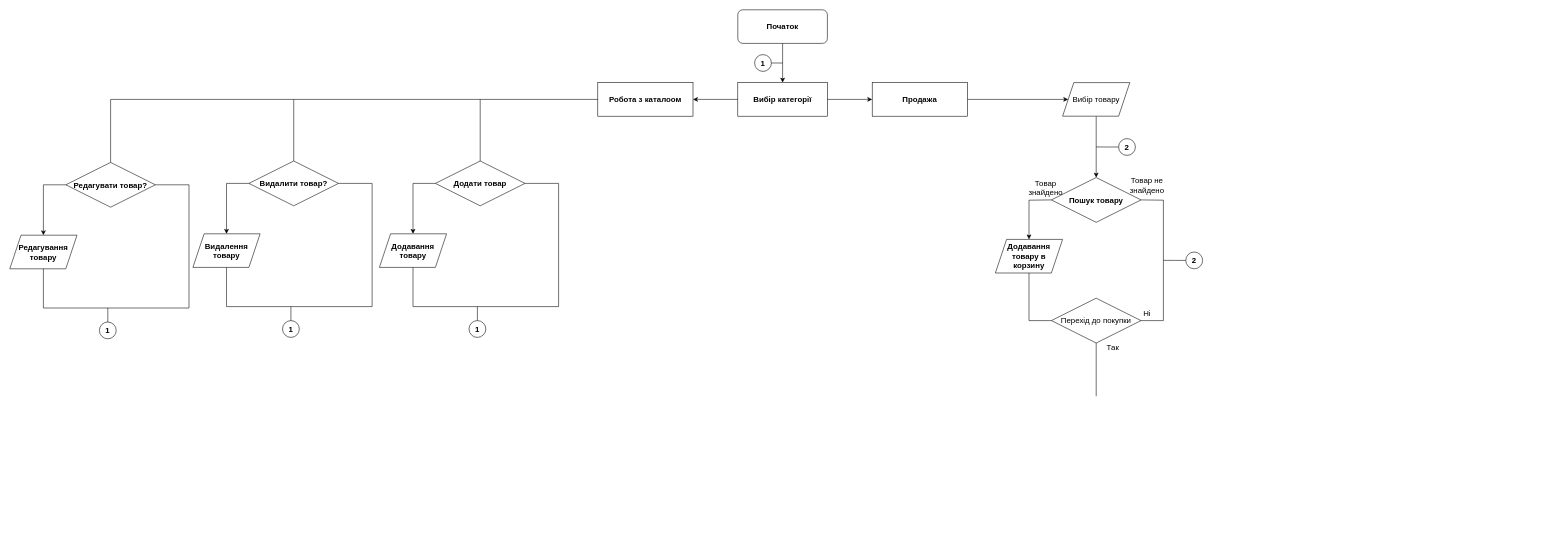
Earlier version of the draw.io diagram CrmBL/Untitled Diagram.drawio (Moqu3f/ToyShopCRM). Source tidied: cells renumbered, new cells numbered last; positions are measured from the earlier drawing's top-left corner, leaving out a move shared by most shapes. Both pictures are drawn from the tidied source at 56%, with x=0, y=0 at pixel (10, 10).
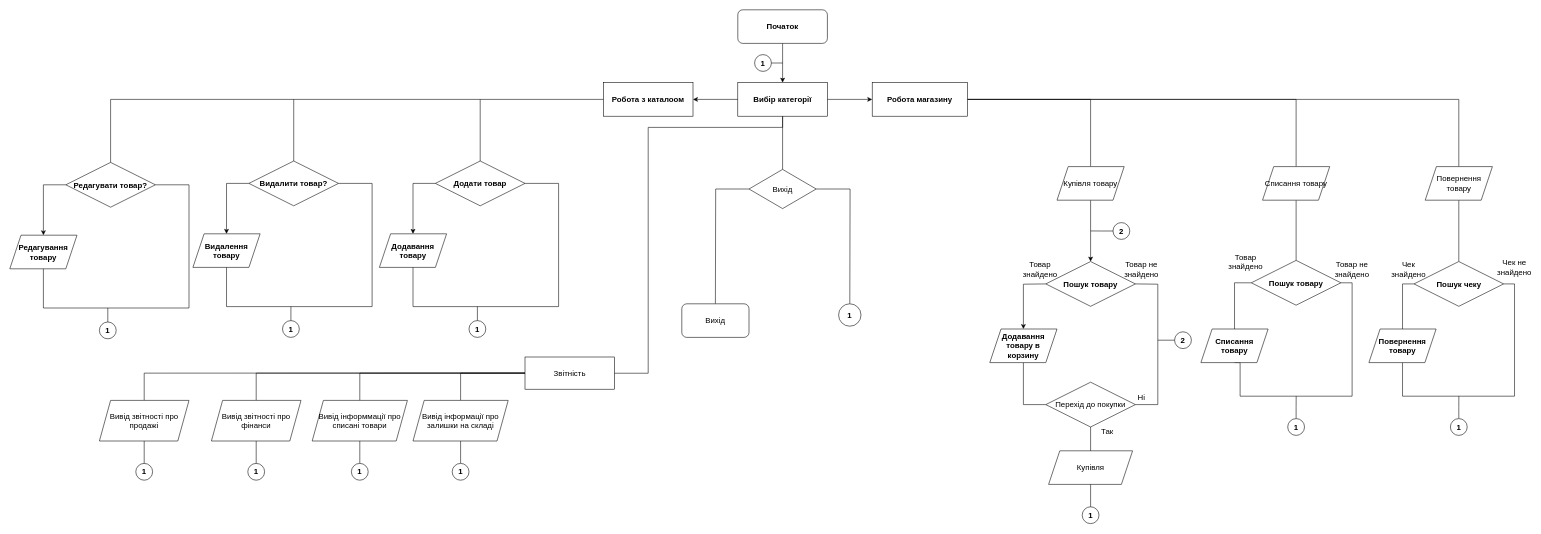
The same page after the edit.

The change refers to these unchanged cells:
```xml
<mxCell id="3" value="Вибір категорії" style="rounded=0;whiteSpace=wrap;html=1;fontStyle=1;fontSize=14;" parent="1" vertex="1">
  <mxGeometry x="1300" y="130" width="160" height="60" as="geometry" />
</mxCell>
```

Change to the diagram source:
```diff
@@
+    <mxCell id="53" style="edgeStyle=orthogonalEdgeStyle;rounded=0;jettySize=auto;html=1;exitX=0.5;exitY=1;exitDx=0;exitDy=0;entryX=0.5;entryY=0;entryDx=0;entryDy=0;fontSize=14;endArrow=none;endFill=0;" parent="1" edge="1" source="3" target="85">
+      <mxGeometry relative="1" as="geometry">
+        <Array as="points">
+          <mxPoint x="1380" y="210" />
+          <mxPoint x="1140" y="210" />
+          <mxPoint x="1140" y="649" />
+          <mxPoint x="1000" y="649" />
+        </Array>
+      </mxGeometry>
+    </mxCell>
@@
     <mxCell id="7" value="Робота з каталоом" style="rounded=0;whiteSpace=wrap;html=1;fontStyle=1;fontSize=14;" parent="1" vertex="1">
-      <mxGeometry x="1050" y="130" width="170" height="60" as="geometry" />
+      <mxGeometry x="1060" y="130" width="160" height="60" as="geometry" />
     </mxCell>
@@
+    <mxCell id="54" style="edgeStyle=orthogonalEdgeStyle;rounded=0;jettySize=auto;html=1;exitX=1;exitY=0.5;exitDx=0;exitDy=0;entryX=0.5;entryY=0;entryDx=0;entryDy=0;fontSize=14;endArrow=none;endFill=0;" parent="1" edge="1" source="34" target="72">
+      <mxGeometry relative="1" as="geometry" />
+    </mxCell>
-    <mxCell id="33" style="edgeStyle=orthogonalEdgeStyle;rounded=0;jettySize=auto;html=1;entryX=0;entryY=0.5;entryDx=0;entryDy=0;fontSize=14;" parent="1" edge="1" source="34" target="37">
+    <mxCell id="33" style="edgeStyle=orthogonalEdgeStyle;rounded=0;jettySize=auto;html=1;exitX=1;exitY=0.5;exitDx=0;exitDy=0;entryX=0.5;entryY=0;entryDx=0;entryDy=0;fontSize=14;endArrow=none;endFill=0;" parent="1" edge="1" source="34" target="37">
       <mxGeometry relative="1" as="geometry" />
     </mxCell>
+    <mxCell id="55" style="edgeStyle=orthogonalEdgeStyle;rounded=0;jettySize=auto;html=1;exitX=1;exitY=0.5;exitDx=0;exitDy=0;entryX=0.5;entryY=0;entryDx=0;entryDy=0;fontSize=14;endArrow=none;endFill=0;" parent="1" edge="1" source="34" target="62">
+      <mxGeometry relative="1" as="geometry" />
+    </mxCell>
-    <mxCell id="34" value="Продажа" style="rounded=0;whiteSpace=wrap;html=1;fontStyle=1;fontSize=14;" parent="1" vertex="1">
+    <mxCell id="34" value="Робота магазину" style="rounded=0;whiteSpace=wrap;html=1;fontStyle=1;fontSize=14;" parent="1" vertex="1">
       <mxGeometry x="1540" y="130" width="170" height="60" as="geometry" />
     </mxCell>
@@
-    <mxCell id="37" value="Вибір товару" style="shape=parallelogram;perimeter=parallelogramPerimeter;whiteSpace=wrap;html=1;fixedSize=1;fontSize=14;" parent="1" vertex="1">
-      <mxGeometry x="1880" y="130" width="120" height="60" as="geometry" />
+    <mxCell id="37" value="Купівля товару" style="shape=parallelogram;perimeter=parallelogramPerimeter;whiteSpace=wrap;html=1;fixedSize=1;fontSize=14;" parent="1" vertex="1">
+      <mxGeometry x="1870" y="280" width="120" height="60" as="geometry" />
     </mxCell>
     <mxCell id="38" value="Пошук товару" style="rhombus;whiteSpace=wrap;html=1;fontStyle=1;fontSize=14;" parent="1" vertex="1">
-      <mxGeometry x="1860" y="299.5" width="160" height="80" as="geometry" />
+      <mxGeometry x="1850" y="449.5" width="160" height="80" as="geometry" />
     </mxCell>
@@
     <mxCell id="40" value="Додавання товару в корзину" style="shape=parallelogram;perimeter=parallelogramPerimeter;whiteSpace=wrap;html=1;fixedSize=1;fontStyle=1;fontSize=14;" parent="1" vertex="1">
-      <mxGeometry x="1760" y="410" width="120" height="60" as="geometry" />
+      <mxGeometry x="1750" y="570" width="120" height="60" as="geometry" />
     </mxCell>
-    <mxCell id="41" style="endArrow=classic;html=1;rounded=0;exitX=0;exitY=0.5;exitDx=0;exitDy=0;fontStyle=1;fontSize=14;" parent="1" edge="1" source="38">
+    <mxCell id="41" style="endArrow=classic;html=1;rounded=0;exitX=0;exitY=0.5;exitDx=0;exitDy=0;fontStyle=1;fontSize=14;entryX=0.5;entryY=0;entryDx=0;entryDy=0;" parent="1" edge="1" source="38" target="40">
       <mxGeometry relative="1" as="geometry">
-        <mxPoint x="1820" y="410" as="targetPoint" />
         <Array as="points">
-          <mxPoint x="1820" y="340" />
+          <mxPoint x="1810" y="490" />
         </Array>
       </mxGeometry>
     </mxCell>
     <mxCell id="42" style="edgeStyle=orthogonalEdgeStyle;rounded=0;jettySize=auto;html=1;exitX=0;exitY=0.5;exitDx=0;exitDy=0;fontSize=14;labelPosition=right;verticalLabelPosition=middle;align=left;verticalAlign=middle;horizontal=1;endArrow=none;endFill=0;" parent="1" edge="1" source="43">
       <mxGeometry relative="1" as="geometry">
-        <mxPoint x="1940" y="244.9" as="targetPoint" />
+        <mxPoint x="1930" y="394.9" as="targetPoint" />
       </mxGeometry>
     </mxCell>
     <mxCell id="43" value="2" style="ellipse;whiteSpace=wrap;html=1;fontStyle=1;fontSize=14;" parent="1" vertex="1">
-      <mxGeometry x="1980" y="230" width="30" height="30" as="geometry" />
+      <mxGeometry x="1970" y="380" width="30" height="30" as="geometry" />
     </mxCell>
     <mxCell id="44" value="Товар знайдено" style="text;html=1;strokeColor=none;fillColor=none;align=center;verticalAlign=middle;whiteSpace=wrap;rounded=0;fontSize=14;" parent="1" vertex="1">
-      <mxGeometry x="1820" y="302.5" width="60" height="30" as="geometry" />
+      <mxGeometry x="1810" y="447.5" width="60" height="30" as="geometry" />
     </mxCell>
     <mxCell id="45" value="Товар не знайдено" style="text;html=1;strokeColor=none;fillColor=none;align=center;verticalAlign=middle;whiteSpace=wrap;rounded=0;fontSize=14;" parent="1" vertex="1">
-      <mxGeometry x="2001" y="297.5" width="60" height="30" as="geometry" />
+      <mxGeometry x="1991" y="447.5" width="60" height="30" as="geometry" />
     </mxCell>
-    <mxCell id="46" style="edgeStyle=orthogonalEdgeStyle;rounded=0;jettySize=auto;html=1;exitX=0;exitY=0.5;exitDx=0;exitDy=0;fontSize=14;endArrow=none;endFill=0;" parent="1" edge="1" source="47">
-      <mxGeometry relative="1" as="geometry">
-        <mxPoint x="2060" y="447.4" as="targetPoint" />
-      </mxGeometry>
-    </mxCell>
-    <mxCell id="47" value="2" style="ellipse;whiteSpace=wrap;html=1;fontStyle=1;fontSize=14;" parent="1" vertex="1">
-      <mxGeometry x="2100" y="432.5" width="30" height="30" as="geometry" />
-    </mxCell>
     <mxCell id="48" value="Перехід до покупки" style="rhombus;whiteSpace=wrap;html=1;fontSize=14;" parent="1" vertex="1">
-      <mxGeometry x="1860" y="515" width="160" height="80" as="geometry" />
+      <mxGeometry x="1850" y="665" width="160" height="80" as="geometry" />
     </mxCell>
     <mxCell id="49" style="endArrow=none;html=1;rounded=0;fontSize=14;exitX=1;exitY=0.5;exitDx=0;exitDy=0;entryX=1;entryY=0.5;entryDx=0;entryDy=0;" parent="1" edge="1" source="48" target="38">
       <mxGeometry relative="1" as="geometry">
         <Array as="points">
-          <mxPoint x="2060" y="555" />
-          <mxPoint x="2060" y="340" />
+          <mxPoint x="2050" y="705" />
+          <mxPoint x="2050" y="490" />
         </Array>
       </mxGeometry>
     </mxCell>
-    <mxCell id="50" style="endArrow=none;html=1;rounded=0;fontSize=14;entryX=0.5;entryY=1;entryDx=0;entryDy=0;" parent="1" edge="1" target="48">
-      <mxGeometry relative="1" as="geometry">
-        <mxPoint x="1940" y="690" as="sourcePoint" />
-      </mxGeometry>
-    </mxCell>
     <mxCell id="51" value="Ні" style="text;html=1;strokeColor=none;fillColor=none;align=center;verticalAlign=middle;whiteSpace=wrap;rounded=0;fontSize=14;" parent="1" vertex="1">
-      <mxGeometry x="2001" y="527.5" width="60" height="30" as="geometry" />
+      <mxGeometry x="1991" y="677.5" width="60" height="30" as="geometry" />
     </mxCell>
     <mxCell id="52" value="Так" style="text;html=1;strokeColor=none;fillColor=none;align=center;verticalAlign=middle;whiteSpace=wrap;rounded=0;fontSize=14;" parent="1" vertex="1">
-      <mxGeometry x="1940" y="587.5" width="60" height="30" as="geometry" />
+      <mxGeometry x="1930" y="737.5" width="60" height="30" as="geometry" />
     </mxCell>
+    <mxCell id="56" value="Купівля" style="shape=parallelogram;perimeter=parallelogramPerimeter;whiteSpace=wrap;html=1;fixedSize=1;fontSize=14;" parent="1" vertex="1">
+      <mxGeometry x="1855" y="787.5" width="150" height="60" as="geometry" />
+    </mxCell>
+    <mxCell id="57" value="1" style="ellipse;whiteSpace=wrap;html=1;fontStyle=1;fontSize=14;" parent="1" vertex="1">
+      <mxGeometry x="1915" y="887.5" width="30" height="30" as="geometry" />
+    </mxCell>
+    <mxCell id="47" value="2" style="ellipse;whiteSpace=wrap;html=1;fontStyle=1;fontSize=14;" parent="1" vertex="1">
+      <mxGeometry x="2080" y="575" width="30" height="30" as="geometry" />
+    </mxCell>
+    <mxCell id="58" style="endArrow=none;html=1;rounded=0;fontSize=14;entryX=0;entryY=0.5;entryDx=0;entryDy=0;" parent="1" edge="1" target="47">
+      <mxGeometry relative="1" as="geometry">
+        <mxPoint x="2050" y="590" as="sourcePoint" />
+      </mxGeometry>
+    </mxCell>
+    <mxCell id="59" style="endArrow=none;html=1;rounded=0;fontSize=14;entryX=0.5;entryY=0;entryDx=0;entryDy=0;exitX=0.5;exitY=1;exitDx=0;exitDy=0;" parent="1" edge="1" source="56" target="57">
+      <mxGeometry relative="1" as="geometry" />
+    </mxCell>
+    <mxCell id="60" style="endArrow=none;html=1;rounded=0;fontSize=14;entryX=0;entryY=0.25;entryDx=0;entryDy=0;exitX=0.5;exitY=0;exitDx=0;exitDy=0;" parent="1" edge="1" source="56" target="52">
+      <mxGeometry relative="1" as="geometry" />
+    </mxCell>
+    <mxCell id="61" style="edgeStyle=orthogonalEdgeStyle;rounded=0;jettySize=auto;html=1;exitX=0.5;exitY=1;exitDx=0;exitDy=0;entryX=0.5;entryY=0;entryDx=0;entryDy=0;fontSize=14;endArrow=none;endFill=0;" parent="1" edge="1" source="62" target="66">
+      <mxGeometry relative="1" as="geometry" />
+    </mxCell>
+    <mxCell id="62" value="Списання товару" style="shape=parallelogram;perimeter=parallelogramPerimeter;whiteSpace=wrap;html=1;fixedSize=1;fontSize=14;" parent="1" vertex="1">
+      <mxGeometry x="2237" y="280" width="120" height="60" as="geometry" />
+    </mxCell>
+    <mxCell id="63" value="Товар знайдено" style="text;html=1;strokeColor=none;fillColor=none;align=center;verticalAlign=middle;whiteSpace=wrap;rounded=0;fontSize=14;" parent="1" vertex="1">
+      <mxGeometry x="2176.5" y="435" width="60" height="30" as="geometry" />
+    </mxCell>
+    <mxCell id="64" value="Товар не знайдено" style="text;html=1;strokeColor=none;fillColor=none;align=center;verticalAlign=middle;whiteSpace=wrap;rounded=0;fontSize=14;" parent="1" vertex="1">
+      <mxGeometry x="2367" y="447.5" width="60" height="30" as="geometry" />
+    </mxCell>
+    <mxCell id="65" style="edgeStyle=orthogonalEdgeStyle;rounded=0;jettySize=auto;html=1;exitX=0;exitY=0.5;exitDx=0;exitDy=0;entryX=0.5;entryY=0;entryDx=0;entryDy=0;fontSize=14;endArrow=none;endFill=0;" parent="1" edge="1" source="66" target="68">
+      <mxGeometry relative="1" as="geometry" />
+    </mxCell>
+    <mxCell id="66" value="Пошук товару" style="rhombus;whiteSpace=wrap;html=1;fontStyle=1;fontSize=14;" parent="1" vertex="1">
+      <mxGeometry x="2217" y="447.5" width="160" height="80" as="geometry" />
+    </mxCell>
+    <mxCell id="67" style="edgeStyle=orthogonalEdgeStyle;rounded=0;jettySize=auto;html=1;exitX=0.5;exitY=1;exitDx=0;exitDy=0;entryX=1;entryY=0.5;entryDx=0;entryDy=0;fontSize=14;endArrow=none;endFill=0;" parent="1" edge="1" source="68" target="66">
+      <mxGeometry relative="1" as="geometry">
+        <Array as="points">
+          <mxPoint x="2197" y="690" />
+          <mxPoint x="2397" y="690" />
+          <mxPoint x="2397" y="487" />
+        </Array>
+      </mxGeometry>
+    </mxCell>
+    <mxCell id="68" value="Списання товару" style="shape=parallelogram;perimeter=parallelogramPerimeter;whiteSpace=wrap;html=1;fixedSize=1;fontStyle=1;fontSize=14;" parent="1" vertex="1">
+      <mxGeometry x="2127" y="570" width="120" height="60" as="geometry" />
+    </mxCell>
+    <mxCell id="69" style="edgeStyle=orthogonalEdgeStyle;rounded=0;jettySize=auto;html=1;exitX=0.5;exitY=0;exitDx=0;exitDy=0;fontSize=14;endArrow=none;endFill=0;" parent="1" edge="1" source="70">
+      <mxGeometry relative="1" as="geometry">
+        <mxPoint x="2297.1" y="690" as="targetPoint" />
+      </mxGeometry>
+    </mxCell>
+    <mxCell id="70" value="1" style="ellipse;whiteSpace=wrap;html=1;fontStyle=1;fontSize=14;" parent="1" vertex="1">
+      <mxGeometry x="2282" y="730" width="30" height="30" as="geometry" />
+    </mxCell>
+    <mxCell id="71" style="edgeStyle=orthogonalEdgeStyle;rounded=0;jettySize=auto;html=1;exitX=0.5;exitY=1;exitDx=0;exitDy=0;entryX=0.5;entryY=0;entryDx=0;entryDy=0;fontSize=14;endArrow=none;endFill=0;" parent="1" edge="1" source="72" target="76">
+      <mxGeometry relative="1" as="geometry" />
+    </mxCell>
+    <mxCell id="72" value="Повернення товару" style="shape=parallelogram;perimeter=parallelogramPerimeter;whiteSpace=wrap;html=1;fixedSize=1;fontSize=14;" parent="1" vertex="1">
+      <mxGeometry x="2527.5" y="280" width="120" height="60" as="geometry" />
+    </mxCell>
+    <mxCell id="73" value="Чек знайдено" style="text;html=1;strokeColor=none;fillColor=none;align=center;verticalAlign=middle;whiteSpace=wrap;rounded=0;fontSize=14;" parent="1" vertex="1">
+      <mxGeometry x="2467.5" y="447.5" width="60" height="30" as="geometry" />
+    </mxCell>
+    <mxCell id="74" value="Чек не знайдено" style="text;html=1;strokeColor=none;fillColor=none;align=center;verticalAlign=middle;whiteSpace=wrap;rounded=0;fontSize=14;" parent="1" vertex="1">
+      <mxGeometry x="2657" y="445" width="60" height="30" as="geometry" />
+    </mxCell>
+    <mxCell id="75" style="edgeStyle=orthogonalEdgeStyle;rounded=0;jettySize=auto;html=1;exitX=0;exitY=0.5;exitDx=0;exitDy=0;entryX=0.5;entryY=0;entryDx=0;entryDy=0;fontSize=14;endArrow=none;endFill=0;" parent="1" edge="1" source="76" target="78">
+      <mxGeometry relative="1" as="geometry" />
+    </mxCell>
+    <mxCell id="76" value="Пошук чеку" style="rhombus;whiteSpace=wrap;html=1;fontStyle=1;fontSize=14;" parent="1" vertex="1">
+      <mxGeometry x="2507.5" y="449.5" width="160" height="80" as="geometry" />
+    </mxCell>
+    <mxCell id="77" style="edgeStyle=orthogonalEdgeStyle;rounded=0;jettySize=auto;html=1;exitX=0.5;exitY=1;exitDx=0;exitDy=0;entryX=1;entryY=0.5;entryDx=0;entryDy=0;fontSize=14;endArrow=none;endFill=0;" parent="1" edge="1" source="78" target="76">
+      <mxGeometry relative="1" as="geometry">
+        <Array as="points">
+          <mxPoint x="2487" y="690" />
+          <mxPoint x="2687" y="690" />
+          <mxPoint x="2687" y="490" />
+          <mxPoint x="2668" y="490" />
+        </Array>
+      </mxGeometry>
+    </mxCell>
+    <mxCell id="78" value="Повернення товару" style="shape=parallelogram;perimeter=parallelogramPerimeter;whiteSpace=wrap;html=1;fixedSize=1;fontStyle=1;fontSize=14;" parent="1" vertex="1">
+      <mxGeometry x="2427" y="570" width="120" height="60" as="geometry" />
+    </mxCell>
+    <mxCell id="79" style="edgeStyle=orthogonalEdgeStyle;rounded=0;jettySize=auto;html=1;exitX=0.5;exitY=0;exitDx=0;exitDy=0;fontSize=14;endArrow=none;endFill=0;" parent="1" edge="1" source="80">
+      <mxGeometry relative="1" as="geometry">
+        <mxPoint x="2587.6" y="690" as="targetPoint" />
+        <Array as="points">
+          <mxPoint x="2587.5" y="710" />
+          <mxPoint x="2587.5" y="710" />
+        </Array>
+      </mxGeometry>
+    </mxCell>
+    <mxCell id="80" value="1" style="ellipse;whiteSpace=wrap;html=1;fontStyle=1;fontSize=14;" parent="1" vertex="1">
+      <mxGeometry x="2572.5" y="730" width="30" height="30" as="geometry" />
+    </mxCell>
+    <mxCell id="81" style="edgeStyle=orthogonalEdgeStyle;rounded=0;jettySize=auto;html=1;exitX=0;exitY=0.5;exitDx=0;exitDy=0;entryX=0.5;entryY=0;entryDx=0;entryDy=0;fontSize=14;endArrow=none;endFill=0;" parent="1" edge="1" source="85" target="88">
+      <mxGeometry relative="1" as="geometry" />
+    </mxCell>
+    <mxCell id="82" style="edgeStyle=orthogonalEdgeStyle;rounded=0;jettySize=auto;html=1;exitX=0;exitY=0.5;exitDx=0;exitDy=0;fontSize=14;endArrow=none;endFill=0;" parent="1" edge="1" source="85" target="89">
+      <mxGeometry relative="1" as="geometry" />
+    </mxCell>
+    <mxCell id="83" style="edgeStyle=orthogonalEdgeStyle;rounded=0;jettySize=auto;html=1;exitX=0;exitY=0.5;exitDx=0;exitDy=0;entryX=0.5;entryY=0;entryDx=0;entryDy=0;fontSize=14;endArrow=none;endFill=0;" parent="1" edge="1" source="85" target="87">
+      <mxGeometry relative="1" as="geometry" />
+    </mxCell>
+    <mxCell id="84" style="edgeStyle=orthogonalEdgeStyle;rounded=0;jettySize=auto;html=1;exitX=0;exitY=0.5;exitDx=0;exitDy=0;entryX=0.5;entryY=0;entryDx=0;entryDy=0;fontSize=14;endArrow=none;endFill=0;" parent="1" edge="1" source="85" target="91">
+      <mxGeometry relative="1" as="geometry" />
+    </mxCell>
+    <mxCell id="85" value="Звітність" style="rounded=0;whiteSpace=wrap;html=1;fontSize=14;" parent="1" vertex="1">
+      <mxGeometry x="920" y="620" width="160" height="57.5" as="geometry" />
+    </mxCell>
+    <mxCell id="86" style="edgeStyle=orthogonalEdgeStyle;rounded=0;jettySize=auto;html=1;exitX=0.5;exitY=1;exitDx=0;exitDy=0;entryX=0.5;entryY=0;entryDx=0;entryDy=0;fontSize=14;endArrow=none;endFill=0;" parent="1" edge="1" source="87" target="94">
+      <mxGeometry relative="1" as="geometry" />
+    </mxCell>
+    <mxCell id="87" value="Вивід інформмації про списані товари" style="shape=parallelogram;perimeter=parallelogramPerimeter;whiteSpace=wrap;html=1;fixedSize=1;fontSize=14;" parent="1" vertex="1">
+      <mxGeometry x="540" y="697.5" width="170" height="72.5" as="geometry" />
+    </mxCell>
+    <mxCell id="88" value="Вивід звітності про продажі" style="shape=parallelogram;perimeter=parallelogramPerimeter;whiteSpace=wrap;html=1;fixedSize=1;fontSize=14;" parent="1" vertex="1">
+      <mxGeometry x="160" y="697.5" width="160" height="72.5" as="geometry" />
+    </mxCell>
+    <mxCell id="89" value="Вивід звітності про фінанси" style="shape=parallelogram;perimeter=parallelogramPerimeter;whiteSpace=wrap;html=1;fixedSize=1;fontSize=14;" parent="1" vertex="1">
+      <mxGeometry x="360" y="697.5" width="160" height="72.5" as="geometry" />
+    </mxCell>
+    <mxCell id="90" style="edgeStyle=orthogonalEdgeStyle;rounded=0;jettySize=auto;html=1;exitX=0.5;exitY=1;exitDx=0;exitDy=0;entryX=0.5;entryY=0;entryDx=0;entryDy=0;fontSize=14;endArrow=none;endFill=0;" parent="1" edge="1" source="91" target="95">
+      <mxGeometry relative="1" as="geometry" />
+    </mxCell>
+    <mxCell id="91" value="Вивід інформації про залишки на складі" style="shape=parallelogram;perimeter=parallelogramPerimeter;whiteSpace=wrap;html=1;fixedSize=1;fontSize=14;" parent="1" vertex="1">
+      <mxGeometry x="720" y="697.5" width="170" height="72.5" as="geometry" />
+    </mxCell>
+    <mxCell id="92" value="1" style="ellipse;whiteSpace=wrap;html=1;fontStyle=1;fontSize=14;" parent="1" vertex="1">
+      <mxGeometry x="225" y="810" width="30" height="30" as="geometry" />
+    </mxCell>
+    <mxCell id="93" value="1" style="ellipse;whiteSpace=wrap;html=1;fontStyle=1;fontSize=14;" parent="1" vertex="1">
+      <mxGeometry x="425" y="810" width="30" height="30" as="geometry" />
+    </mxCell>
+    <mxCell id="94" value="1" style="ellipse;whiteSpace=wrap;html=1;fontStyle=1;fontSize=14;" parent="1" vertex="1">
+      <mxGeometry x="610" y="810" width="30" height="30" as="geometry" />
+    </mxCell>
+    <mxCell id="95" value="1" style="ellipse;whiteSpace=wrap;html=1;fontStyle=1;fontSize=14;" parent="1" vertex="1">
+      <mxGeometry x="790" y="810" width="30" height="30" as="geometry" />
+    </mxCell>
+    <mxCell id="96" style="endArrow=none;html=1;rounded=0;fontSize=14;entryX=0.5;entryY=0;entryDx=0;entryDy=0;exitX=0.5;exitY=1;exitDx=0;exitDy=0;" parent="1" edge="1" source="88" target="92">
+      <mxGeometry relative="1" as="geometry" />
+    </mxCell>
+    <mxCell id="97" style="endArrow=none;html=1;rounded=0;fontSize=14;entryX=0.5;entryY=1;entryDx=0;entryDy=0;exitX=0.5;exitY=0;exitDx=0;exitDy=0;" parent="1" edge="1" source="93" target="89">
+      <mxGeometry relative="1" as="geometry" />
+    </mxCell>
+    <mxCell id="98" style="edgeStyle=orthogonalEdgeStyle;rounded=0;jettySize=auto;html=1;exitX=0;exitY=0.5;exitDx=0;exitDy=0;fontSize=14;endArrow=none;endFill=0;" parent="1" edge="1" source="100">
+      <mxGeometry relative="1" as="geometry">
+        <mxPoint x="1260" y="525" as="targetPoint" />
+      </mxGeometry>
+    </mxCell>
+    <mxCell id="99" style="edgeStyle=orthogonalEdgeStyle;rounded=0;jettySize=auto;html=1;exitX=1;exitY=0.5;exitDx=0;exitDy=0;fontSize=14;endArrow=none;endFill=0;" parent="1" edge="1" source="100">
+      <mxGeometry relative="1" as="geometry">
+        <mxPoint x="1500" y="525" as="targetPoint" />
+      </mxGeometry>
+    </mxCell>
+    <mxCell id="100" value="Вихід" style="rhombus;whiteSpace=wrap;html=1;fontSize=14;" parent="1" vertex="1">
+      <mxGeometry x="1320" y="285" width="120" height="70" as="geometry" />
+    </mxCell>
+    <mxCell id="101" style="endArrow=none;html=1;rounded=0;fontSize=14;exitX=0.5;exitY=0;exitDx=0;exitDy=0;" parent="1" edge="1" source="100">
+      <mxGeometry relative="1" as="geometry">
+        <mxPoint x="1380" y="190" as="targetPoint" />
+      </mxGeometry>
+    </mxCell>
+    <mxCell id="102" value="Вихід" style="rounded=1;whiteSpace=wrap;html=1;fontSize=14;" parent="1" vertex="1">
+      <mxGeometry x="1200" y="525" width="120" height="60" as="geometry" />
+    </mxCell>
+    <mxCell id="103" value="1" style="ellipse;whiteSpace=wrap;html=1;fontStyle=1;fontSize=14;" parent="1" vertex="1">
+      <mxGeometry x="1480" y="525" width="40" height="40" as="geometry" />
+    </mxCell>
```
